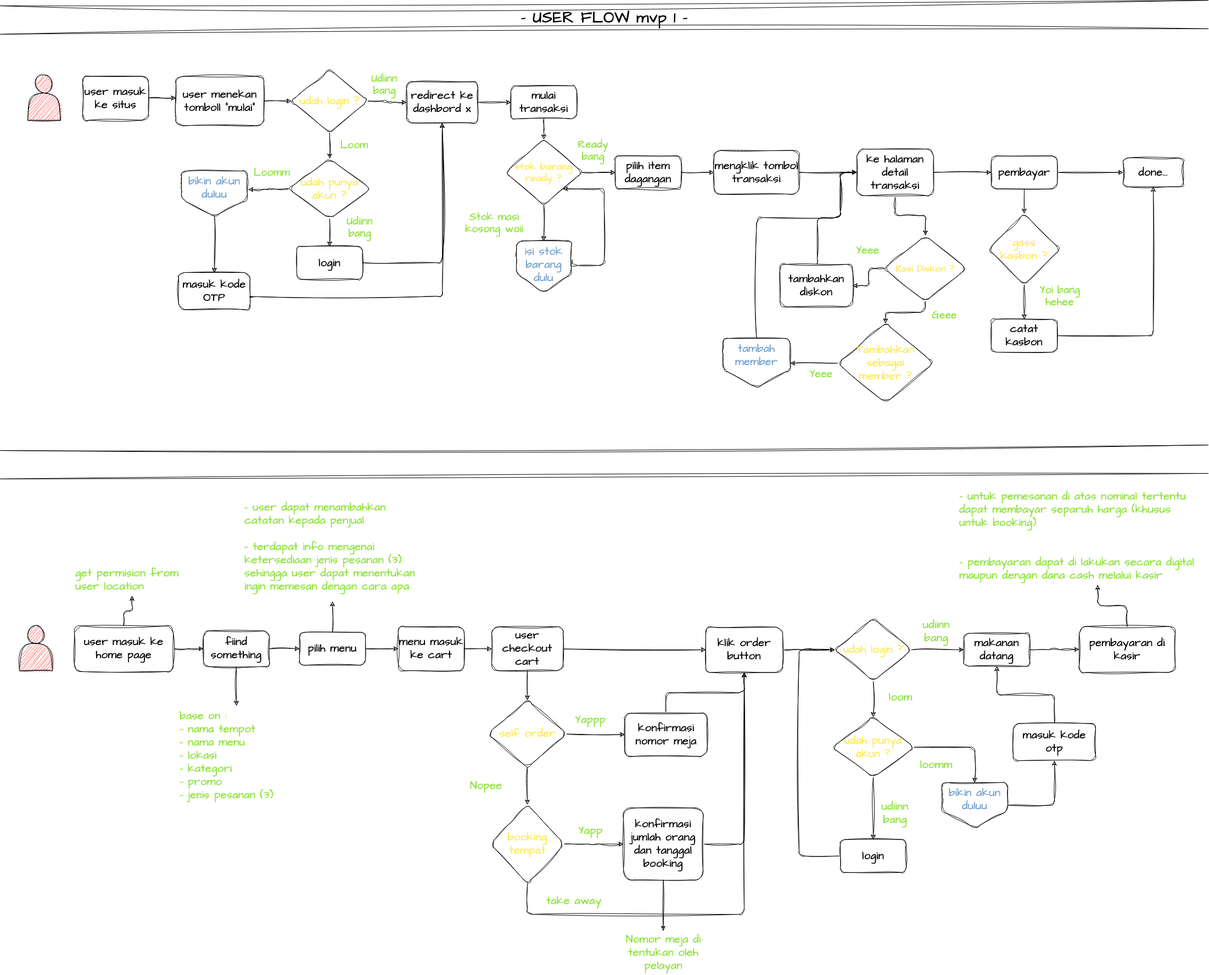
Earlier version of the draw.io export Untitled Diagram.drawio.png (Petrichor-Dev/mypos). Source tidied: cells renumbered, new cells last; positions are measured from the earlier drawing's top-left corner, leaving out a move shared by most shapes.
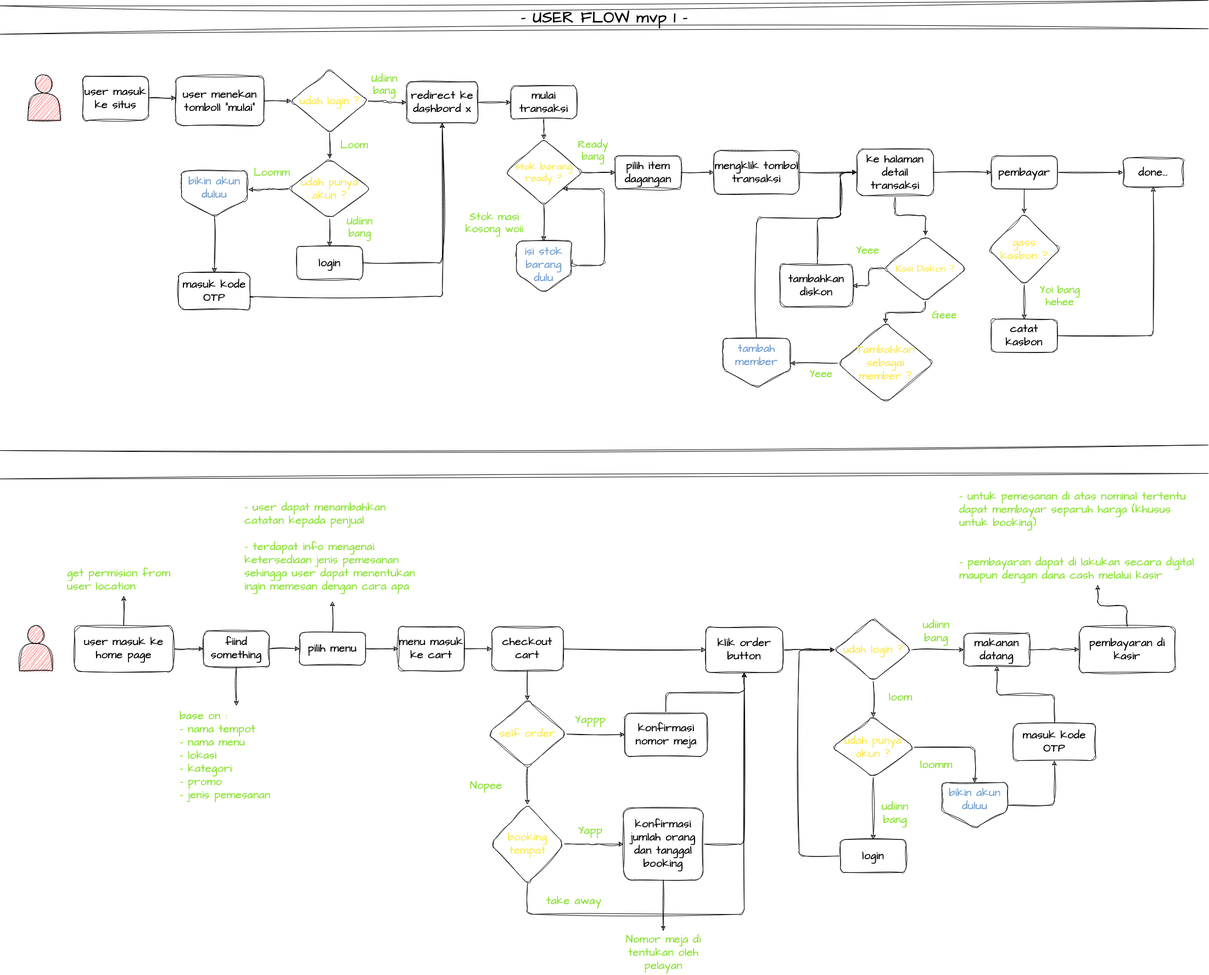
After the change.

Diff of the diagram source:
```diff
@@ -232,7 +232,7 @@
         <mxPoint x="2200" y="810" as="targetPoint" />
       </mxGeometry>
     </mxCell>
-    <mxCell id="67" value="USER FLOW mvp 2" style="edgeLabel;html=1;align=center;verticalAlign=middle;sketch=1;hachureGap=4;jiggle=2;curveFitting=1;fontFamily=Architects Daughter;fontSource=https%3A%2F%2Ffonts.googleapis.com%2Fcss%3Ffamily%3DArchitects%2BDaughter;fontSize=29;fontColor=#ffffff;fontStyle=1;" parent="66" vertex="1">
+    <mxCell id="67" value="- USER FLOW mvp 2 -" style="edgeLabel;html=1;align=center;verticalAlign=middle;sketch=1;hachureGap=4;jiggle=2;curveFitting=1;fontFamily=Architects Daughter;fontSource=https%3A%2F%2Ffonts.googleapis.com%2Fcss%3Ffamily%3DArchitects%2BDaughter;fontSize=29;fontColor=#ffffff;fontStyle=1;" parent="66" vertex="1">
       <mxGeometry relative="1" as="geometry" />
     </mxCell>
     <mxCell id="68" style="edgeStyle=orthogonalEdgeStyle;rounded=0;sketch=1;hachureGap=4;jiggle=2;curveFitting=1;jettySize=auto;html=1;fontFamily=Architects Daughter;fontSource=https%3A%2F%2Ffonts.googleapis.com%2Fcss%3Ffamily%3DArchitects%2BDaughter;fontSize=16;fontStyle=1;" parent="1" edge="1" source="70" target="73">
@@ -274,7 +274,7 @@
     <mxCell id="80" style="edgeStyle=none;rounded=0;sketch=1;hachureGap=4;jiggle=2;curveFitting=1;jettySize=auto;html=1;fontFamily=Architects Daughter;fontSource=https%3A%2F%2Ffonts.googleapis.com%2Fcss%3Ffamily%3DArchitects%2BDaughter;fontSize=16;entryX=0;entryY=0.5;entryDx=0;entryDy=0;fontStyle=1;" parent="1" edge="1" source="81" target="100">
       <mxGeometry relative="1" as="geometry" />
     </mxCell>
-    <mxCell id="81" value="user checkout cart" style="whiteSpace=wrap;html=1;fontSize=20;fontFamily=Architects Daughter;rounded=1;sketch=1;curveFitting=1;jiggle=2;hachureGap=4;fontSource=https%3A%2F%2Ffonts.googleapis.com%2Fcss%3Ffamily%3DArchitects%2BDaughter;labelBackgroundColor=none;fontStyle=1;" parent="1" vertex="1">
+    <mxCell id="81" value="checkout cart" style="whiteSpace=wrap;html=1;fontSize=20;fontFamily=Architects Daughter;rounded=1;sketch=1;curveFitting=1;jiggle=2;hachureGap=4;fontSource=https%3A%2F%2Ffonts.googleapis.com%2Fcss%3Ffamily%3DArchitects%2BDaughter;labelBackgroundColor=none;fontStyle=1;" parent="1" vertex="1">
       <mxGeometry x="895" y="1115.2" width="130" height="80" as="geometry" />
     </mxCell>
     <mxCell id="82" style="edgeStyle=orthogonalEdgeStyle;rounded=1;sketch=1;hachureGap=4;jiggle=2;curveFitting=1;jettySize=auto;html=1;labelBorderColor=#c17d11;fontFamily=Architects Daughter;fontSource=https%3A%2F%2Ffonts.googleapis.com%2Fcss%3Ffamily%3DArchitects%2BDaughter;fontSize=16;fontColor=#8ae234;" parent="1" edge="1" source="84" target="124">
@@ -301,7 +301,7 @@
     <mxCell id="89" style="edgeStyle=orthogonalEdgeStyle;rounded=1;sketch=1;hachureGap=4;jiggle=2;curveFitting=1;jettySize=auto;html=1;labelBorderColor=#c17d11;fontFamily=Architects Daughter;fontSource=https%3A%2F%2Ffonts.googleapis.com%2Fcss%3Ffamily%3DArchitects%2BDaughter;fontSize=16;fontColor=#8ae234;entryX=0.5;entryY=1;entryDx=0;entryDy=0;" parent="1" edge="1" source="90" target="124">
       <mxGeometry relative="1" as="geometry" />
     </mxCell>
-    <mxCell id="90" value="masuk kode otp" style="whiteSpace=wrap;html=1;fontSize=20;fontFamily=Architects Daughter;rounded=1;sketch=1;curveFitting=1;jiggle=2;hachureGap=4;fontSource=https%3A%2F%2Ffonts.googleapis.com%2Fcss%3Ffamily%3DArchitects%2BDaughter;labelBackgroundColor=none;fontStyle=1;" parent="1" vertex="1">
+    <mxCell id="90" value="masuk kode OTP" style="whiteSpace=wrap;html=1;fontSize=20;fontFamily=Architects Daughter;rounded=1;sketch=1;curveFitting=1;jiggle=2;hachureGap=4;fontSource=https%3A%2F%2Ffonts.googleapis.com%2Fcss%3Ffamily%3DArchitects%2BDaughter;labelBackgroundColor=none;fontStyle=1;" parent="1" vertex="1">
       <mxGeometry x="1845" y="1291.5" width="150" height="67.5" as="geometry" />
     </mxCell>
     <mxCell id="91" style="edgeStyle=orthogonalEdgeStyle;rounded=1;sketch=1;hachureGap=4;jiggle=2;curveFitting=1;jettySize=auto;html=1;labelBorderColor=#c17d11;fontFamily=Architects Daughter;fontSource=https%3A%2F%2Ffonts.googleapis.com%2Fcss%3Ffamily%3DArchitects%2BDaughter;fontSize=16;fontColor=#8ae234;fontStyle=1;" parent="1" edge="1" source="92">
@@ -332,7 +332,7 @@
     <mxCell id="97" value="login" style="whiteSpace=wrap;html=1;fontSize=20;fontFamily=Architects Daughter;rounded=1;sketch=1;curveFitting=1;jiggle=2;hachureGap=4;fontSource=https%3A%2F%2Ffonts.googleapis.com%2Fcss%3Ffamily%3DArchitects%2BDaughter;labelBackgroundColor=none;fontStyle=1;" parent="1" vertex="1">
       <mxGeometry x="1530" y="1502.8" width="120" height="60" as="geometry" />
     </mxCell>
-    <mxCell id="98" value="&lt;div&gt;&lt;font color=&quot;#8ae234&quot;&gt;&lt;span&gt;base on :&lt;/span&gt;&lt;/font&gt;&lt;/div&gt;&lt;font color=&quot;#8ae234&quot;&gt;- nama tempot&lt;br&gt;- nama menu&lt;br&gt;&lt;/font&gt;&lt;div&gt;&lt;font color=&quot;#8ae234&quot;&gt;- lokasi&lt;/font&gt;&lt;/div&gt;&lt;div&gt;&lt;font color=&quot;#8ae234&quot;&gt;- kategori&lt;/font&gt;&lt;/div&gt;&lt;div&gt;&lt;font color=&quot;#8ae234&quot;&gt;- promo&lt;/font&gt;&lt;/div&gt;&lt;div&gt;&lt;font color=&quot;#8ae234&quot;&gt;- jenis pesanan (3)&lt;br&gt;&lt;/font&gt;&lt;/div&gt;" style="text;strokeColor=none;align=left;fillColor=none;html=1;verticalAlign=top;whiteSpace=wrap;rounded=0;sketch=1;hachureGap=4;jiggle=2;curveFitting=1;fontFamily=Architects Daughter;fontSource=https%3A%2F%2Ffonts.googleapis.com%2Fcss%3Ffamily%3DArchitects%2BDaughter;fontSize=20;horizontal=1;fontStyle=1;" parent="1" vertex="1">
+    <mxCell id="98" value="&lt;div&gt;&lt;font color=&quot;#8ae234&quot;&gt;&lt;span&gt;base on :&lt;/span&gt;&lt;/font&gt;&lt;/div&gt;&lt;font color=&quot;#8ae234&quot;&gt;- nama tempot&lt;br&gt;- nama menu&lt;br&gt;&lt;/font&gt;&lt;div&gt;&lt;font color=&quot;#8ae234&quot;&gt;- lokasi&lt;/font&gt;&lt;/div&gt;&lt;div&gt;&lt;font color=&quot;#8ae234&quot;&gt;- kategori&lt;/font&gt;&lt;/div&gt;&lt;div&gt;&lt;font color=&quot;#8ae234&quot;&gt;- promo&lt;/font&gt;&lt;/div&gt;&lt;div&gt;&lt;font color=&quot;#8ae234&quot;&gt;- jenis pemesanan&lt;br&gt;&lt;/font&gt;&lt;/div&gt;" style="text;strokeColor=none;align=left;fillColor=none;html=1;verticalAlign=top;whiteSpace=wrap;rounded=0;sketch=1;hachureGap=4;jiggle=2;curveFitting=1;fontFamily=Architects Daughter;fontSource=https%3A%2F%2Ffonts.googleapis.com%2Fcss%3Ffamily%3DArchitects%2BDaughter;fontSize=20;horizontal=1;fontStyle=1;" parent="1" vertex="1">
       <mxGeometry x="325" y="1259" width="210" height="193.8" as="geometry" />
     </mxCell>
     <mxCell id="99" style="edgeStyle=orthogonalEdgeStyle;rounded=1;sketch=1;hachureGap=4;jiggle=2;curveFitting=1;jettySize=auto;html=1;labelBorderColor=#c17d11;fontFamily=Architects Daughter;fontSource=https%3A%2F%2Ffonts.googleapis.com%2Fcss%3Ffamily%3DArchitects%2BDaughter;fontSize=16;fontColor=#8ae234;" parent="1" edge="1" source="100" target="84">
@@ -357,12 +357,12 @@
       <mxGeometry x="1137.5" y="1272.8" width="150" height="78.8" as="geometry" />
     </mxCell>
     <mxCell id="106" value="&lt;font color=&quot;#8ae234&quot;&gt;get permision from user location&lt;/font&gt;" style="text;strokeColor=none;align=left;fillColor=none;html=1;verticalAlign=top;whiteSpace=wrap;rounded=0;sketch=1;hachureGap=4;jiggle=2;curveFitting=1;fontFamily=Architects Daughter;fontSource=https%3A%2F%2Ffonts.googleapis.com%2Fcss%3Ffamily%3DArchitects%2BDaughter;fontSize=20;horizontal=1;fontStyle=1;" parent="1" vertex="1">
-      <mxGeometry x="135" y="999" width="210" height="60" as="geometry" />
+      <mxGeometry x="120" y="999" width="210" height="60" as="geometry" />
     </mxCell>
     <mxCell id="107" style="shape=actor;whiteSpace=wrap;html=1;sketch=1;hachureGap=4;jiggle=2;curveFitting=1;fontFamily=Architects Daughter;fontSource=https%3A%2F%2Ffonts.googleapis.com%2Fcss%3Ffamily%3DArchitects%2BDaughter;fontSize=20;labelBackgroundColor=none;rounded=1;fillColor=#FF3333;fontStyle=1;" parent="1" vertex="1">
       <mxGeometry x="35" y="1112.8" width="60" height="82.5" as="geometry" />
     </mxCell>
-    <mxCell id="108" value="&lt;div&gt;&lt;font color=&quot;#8ae234&quot;&gt;- user dapat menambahkan catatan kepada penjual&lt;/font&gt;&lt;/div&gt;&lt;div&gt;&lt;font color=&quot;#8ae234&quot;&gt;&lt;br&gt;&lt;/font&gt;&lt;/div&gt;&lt;font color=&quot;#8ae234&quot;&gt;- terdapat info mengenai ketersediaan jenis pesanan (3) sehingga user dapat menentukan ingin memesan dengan cara apa&lt;/font&gt;" style="text;strokeColor=none;align=left;fillColor=none;html=1;verticalAlign=top;whiteSpace=wrap;rounded=0;sketch=1;hachureGap=4;jiggle=2;curveFitting=1;fontFamily=Architects Daughter;fontSource=https%3A%2F%2Ffonts.googleapis.com%2Fcss%3Ffamily%3DArchitects%2BDaughter;fontSize=20;horizontal=1;fontStyle=1;" parent="1" vertex="1">
+    <mxCell id="108" value="&lt;div&gt;&lt;font color=&quot;#8ae234&quot;&gt;- user dapat menambahkan catatan kepada penjual&lt;/font&gt;&lt;/div&gt;&lt;div&gt;&lt;font color=&quot;#8ae234&quot;&gt;&lt;br&gt;&lt;/font&gt;&lt;/div&gt;&lt;font color=&quot;#8ae234&quot;&gt;- terdapat info mengenai ketersediaan jenis pemesanan sehingga user dapat menentukan ingin memesan dengan cara apa&lt;/font&gt;" style="text;strokeColor=none;align=left;fillColor=none;html=1;verticalAlign=top;whiteSpace=wrap;rounded=0;sketch=1;hachureGap=4;jiggle=2;curveFitting=1;fontFamily=Architects Daughter;fontSource=https%3A%2F%2Ffonts.googleapis.com%2Fcss%3Ffamily%3DArchitects%2BDaughter;fontSize=20;horizontal=1;fontStyle=1;" parent="1" vertex="1">
       <mxGeometry x="442.5" y="879" width="325" height="190" as="geometry" />
     </mxCell>
     <mxCell id="109" value="&lt;div&gt;&lt;font color=&quot;#8ae234&quot;&gt;- untuk pemesanan di atas nominal tertentu dapat membayar separuh harga (khusus untuk booking)&lt;br&gt;&lt;/font&gt;&lt;/div&gt;&lt;div&gt;&lt;font color=&quot;#8ae234&quot;&gt;&lt;br&gt;&lt;/font&gt;&lt;/div&gt;&lt;div&gt;&lt;font color=&quot;#8ae234&quot;&gt;&lt;br&gt;&lt;/font&gt;&lt;/div&gt;&lt;font color=&quot;#8ae234&quot;&gt;- pembayaran dapat di lakukan secara digital maupun dengan dana cash melalui kasir &lt;/font&gt;" style="text;strokeColor=none;align=left;fillColor=none;html=1;verticalAlign=top;whiteSpace=wrap;rounded=0;sketch=1;hachureGap=4;jiggle=2;curveFitting=1;fontFamily=Architects Daughter;fontSource=https%3A%2F%2Ffonts.googleapis.com%2Fcss%3Ffamily%3DArchitects%2BDaughter;fontSize=20;horizontal=1;fontStyle=1;" parent="1" vertex="1">
```
